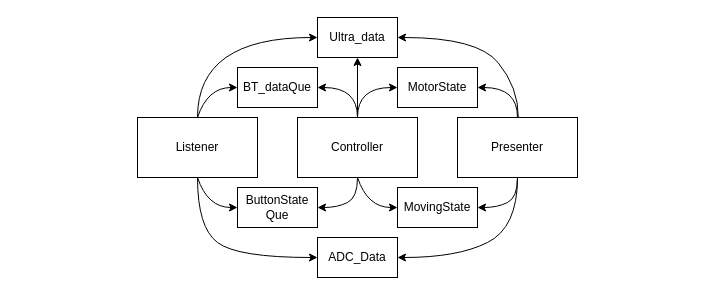
Before: 20240430_RTOS_Bluetooth_MotorControl/object diagram.drawio in 98MJ/ARM_RTOS, a draw.io diagram. Source tidied: cells renumbered, new cells numbered last; positions are measured from the earlier drawing's top-left corner, leaving out a move shared by most shapes. Both pictures are drawn from the tidied source at 100%, with x=0, y=0 at pixel (137, 17).
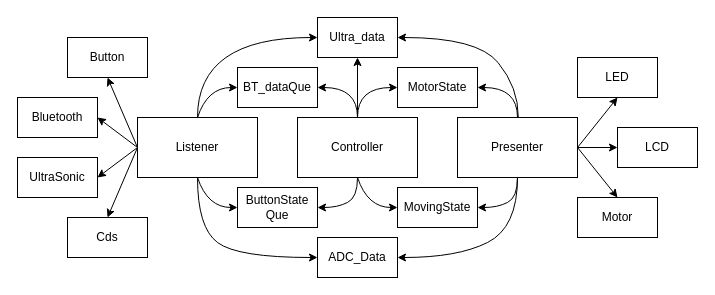
Above is the later version.

The change refers to these unchanged cells:
```xml
<mxCell id="2" value="Listener" style="rounded=0;whiteSpace=wrap;html=1;" parent="1" vertex="1">
  <mxGeometry y="100" width="120" height="60" as="geometry" />
</mxCell>
```

Change to the diagram source:
```diff
@@
+    <mxCell id="24" value="Button" style="rounded=0;whiteSpace=wrap;html=1;" parent="1" vertex="1">
+      <mxGeometry x="-70" y="20" width="80" height="40" as="geometry" />
+    </mxCell>
+    <mxCell id="25" value="Bluetooth" style="rounded=0;whiteSpace=wrap;html=1;" parent="1" vertex="1">
+      <mxGeometry x="-120" y="80" width="80" height="40" as="geometry" />
+    </mxCell>
+    <mxCell id="26" value="Cds" style="rounded=0;whiteSpace=wrap;html=1;" parent="1" vertex="1">
+      <mxGeometry x="-70" y="200" width="80" height="40" as="geometry" />
+    </mxCell>
+    <mxCell id="27" value="Motor" style="rounded=0;whiteSpace=wrap;html=1;" parent="1" vertex="1">
+      <mxGeometry x="440" y="180" width="80" height="40" as="geometry" />
+    </mxCell>
+    <mxCell id="28" value="LCD" style="rounded=0;whiteSpace=wrap;html=1;" parent="1" vertex="1">
+      <mxGeometry x="480" y="110" width="80" height="40" as="geometry" />
+    </mxCell>
+    <mxCell id="29" value="LED" style="rounded=0;whiteSpace=wrap;html=1;" parent="1" vertex="1">
+      <mxGeometry x="440" y="40" width="80" height="40" as="geometry" />
+    </mxCell>
+    <mxCell id="30" value="UltraSonic" style="rounded=0;whiteSpace=wrap;html=1;" parent="1" vertex="1">
+      <mxGeometry x="-120" y="140" width="80" height="40" as="geometry" />
+    </mxCell>
+    <mxCell id="31" style="endArrow=classic;html=1;rounded=0;entryX=0.5;entryY=1;entryDx=0;entryDy=0;exitX=0;exitY=0.5;exitDx=0;exitDy=0;" parent="1" edge="1" source="2" target="24">
+      <mxGeometry relative="1" as="geometry" />
+    </mxCell>
+    <mxCell id="32" style="endArrow=classic;html=1;rounded=0;entryX=0.5;entryY=0;entryDx=0;entryDy=0;" parent="1" edge="1" target="26">
+      <mxGeometry relative="1" as="geometry">
+        <mxPoint y="130" as="sourcePoint" />
+      </mxGeometry>
+    </mxCell>
+    <mxCell id="33" style="endArrow=classic;html=1;rounded=0;entryX=1;entryY=0.5;entryDx=0;entryDy=0;" parent="1" edge="1" target="25">
+      <mxGeometry relative="1" as="geometry">
+        <mxPoint y="130" as="sourcePoint" />
+      </mxGeometry>
+    </mxCell>
+    <mxCell id="34" style="endArrow=classic;html=1;rounded=0;entryX=1;entryY=0.5;entryDx=0;entryDy=0;" parent="1" edge="1" target="30">
+      <mxGeometry relative="1" as="geometry">
+        <mxPoint y="130" as="sourcePoint" />
+      </mxGeometry>
+    </mxCell>
+    <mxCell id="35" style="endArrow=classic;html=1;rounded=0;entryX=0.5;entryY=1;entryDx=0;entryDy=0;" parent="1" edge="1" target="29">
+      <mxGeometry relative="1" as="geometry">
+        <mxPoint x="440" y="130" as="sourcePoint" />
+      </mxGeometry>
+    </mxCell>
+    <mxCell id="36" style="endArrow=classic;html=1;rounded=0;entryX=0;entryY=0.5;entryDx=0;entryDy=0;" parent="1" edge="1" target="28">
+      <mxGeometry relative="1" as="geometry">
+        <mxPoint x="440" y="130" as="sourcePoint" />
+      </mxGeometry>
+    </mxCell>
+    <mxCell id="37" style="endArrow=classic;html=1;rounded=0;entryX=0.5;entryY=0;entryDx=0;entryDy=0;" parent="1" edge="1" target="27">
+      <mxGeometry relative="1" as="geometry">
+        <mxPoint x="440" y="130" as="sourcePoint" />
+      </mxGeometry>
+    </mxCell>
```
